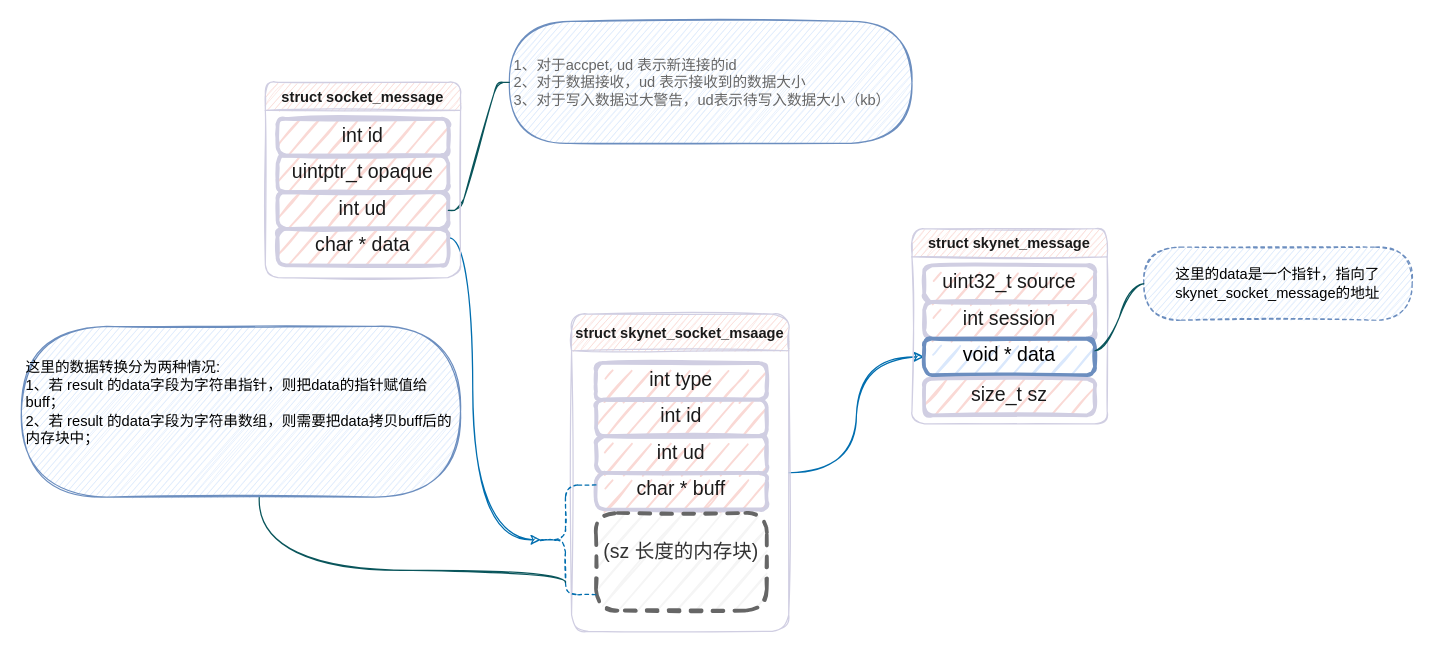
Before: draw.io/skynet_msg.drawio in bitvcat/graphs, a draw.io diagram. Source tidied: cells renumbered, new cells numbered last; positions are measured from the earlier drawing's top-left corner, leaving out a move shared by most shapes. Both pictures are drawn from the tidied source at 122%, with x=0, y=0 at pixel (21, 21).
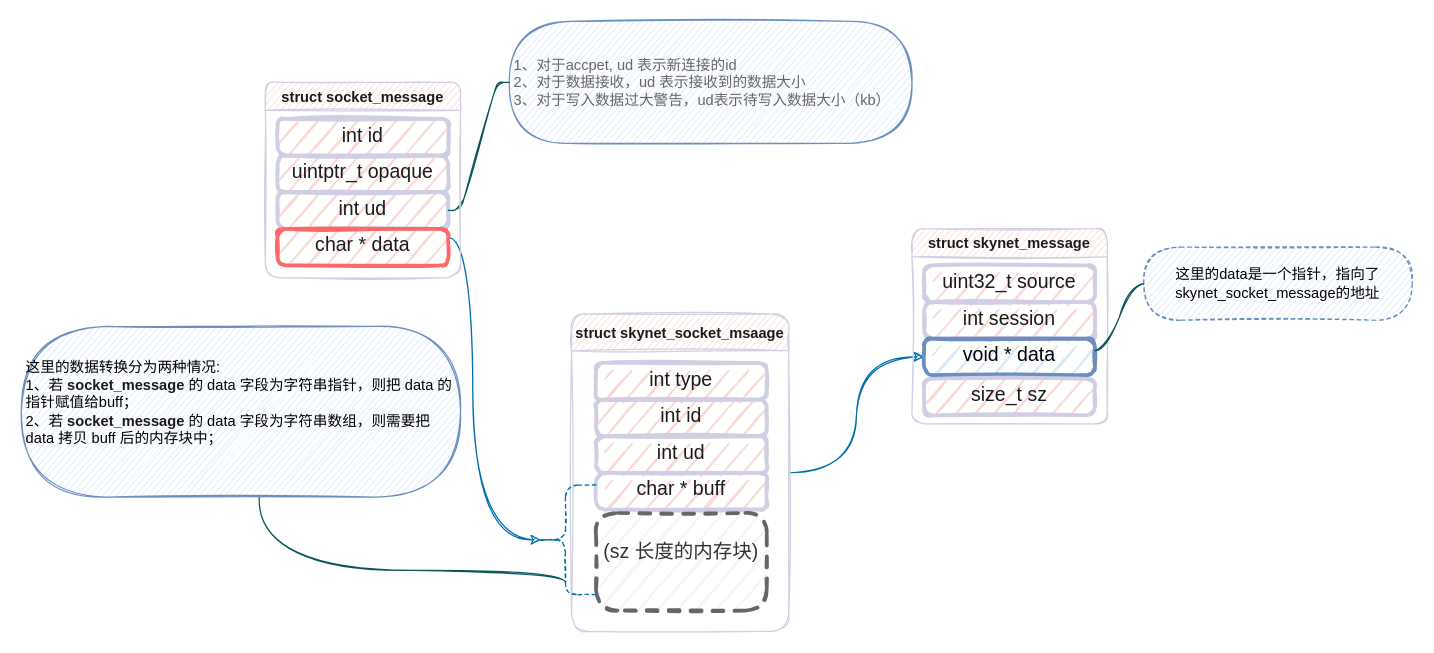
Above is the later version.

Commit message (it also covers changes not shown here):
domi：drawio 源文件

The edit, as a diff of the source:
```diff
@@
-    <mxCell id="6" value="&lt;p style=&quot;margin: 4px 0px 0px ; text-align: center&quot;&gt;&lt;span style=&quot;font-size: 16px&quot;&gt;char * data&lt;/span&gt;&lt;/p&gt;" style="verticalAlign=middle;align=center;overflow=fill;fontSize=12;fontFamily=Helvetica;html=1;fontStyle=0;strokeWidth=3;fillColor=#FAD9D5;arcSize=22;spacingTop=0;spacingBottom=0;rounded=1;strokeColor=#D0CEE2;fontColor=#1A1A1A;sketch=1;" parent="1" vertex="1">
+    <mxCell id="6" value="&lt;p style=&quot;margin: 4px 0px 0px ; text-align: center&quot;&gt;&lt;span style=&quot;font-size: 16px&quot;&gt;char * data&lt;/span&gt;&lt;/p&gt;" style="verticalAlign=middle;align=center;overflow=fill;fontSize=12;fontFamily=Helvetica;html=1;fontStyle=0;strokeWidth=3;fillColor=#FAD9D5;arcSize=22;spacingTop=0;spacingBottom=0;rounded=1;fontColor=#1A1A1A;sketch=1;strokeColor=#FF6666;" parent="1" vertex="1">
       <mxGeometry x="210" y="170" width="140" height="30" as="geometry" />
     </mxCell>
@@
-    <mxCell id="19" value="这里的数据转换分为两种情况:&lt;br&gt;&lt;div&gt;&lt;span&gt;1、若 result 的data字段为字符串指针，则把data的指针赋值给buff；&lt;/span&gt;&lt;/div&gt;&lt;div&gt;2、若 result 的data字段为字符串数组，则需要把data拷贝buff后的内存块中；&lt;/div&gt;&lt;div&gt;&lt;br&gt;&lt;/div&gt;" style="whiteSpace=wrap;html=1;rounded=1;arcSize=50;align=left;verticalAlign=middle;strokeWidth=1;spacing=4;newEdgeStyle={&quot;edgeStyle&quot;:&quot;entityRelationEdgeStyle&quot;,&quot;startArrow&quot;:&quot;none&quot;,&quot;endArrow&quot;:&quot;none&quot;,&quot;segment&quot;:10,&quot;curved&quot;:1};fillColor=#dae8fc;strokeColor=#6c8ebf;sketch=1;" parent="1" vertex="1">
+    <mxCell id="19" value="这里的数据转换分为两种情况:&lt;br&gt;&lt;div&gt;&lt;span&gt;1、若&amp;nbsp;&lt;/span&gt;&lt;span style=&quot;color: rgb(26 , 26 , 26) ; font-weight: 700 ; text-align: center&quot;&gt;socket_message&lt;/span&gt;&lt;span&gt;&amp;nbsp;的 data 字段为字符串指针，则把 data 的指针赋值给buff；&lt;/span&gt;&lt;/div&gt;&lt;div&gt;2、若&amp;nbsp;&lt;span style=&quot;color: rgb(26 , 26 , 26) ; font-weight: 700 ; text-align: center&quot;&gt;socket_message&lt;/span&gt;&amp;nbsp;的 data 字段为字符串数组，则需要把 data 拷贝 buff 后的内存块中；&lt;/div&gt;&lt;div&gt;&lt;br&gt;&lt;/div&gt;" style="whiteSpace=wrap;html=1;rounded=1;arcSize=50;align=left;verticalAlign=middle;strokeWidth=1;spacing=4;newEdgeStyle={&quot;edgeStyle&quot;:&quot;entityRelationEdgeStyle&quot;,&quot;startArrow&quot;:&quot;none&quot;,&quot;endArrow&quot;:&quot;none&quot;,&quot;segment&quot;:10,&quot;curved&quot;:1};fillColor=#dae8fc;strokeColor=#6c8ebf;sketch=1;" parent="1" vertex="1">
       <mxGeometry y="250" width="360" height="140" as="geometry" />
     </mxCell>
```
